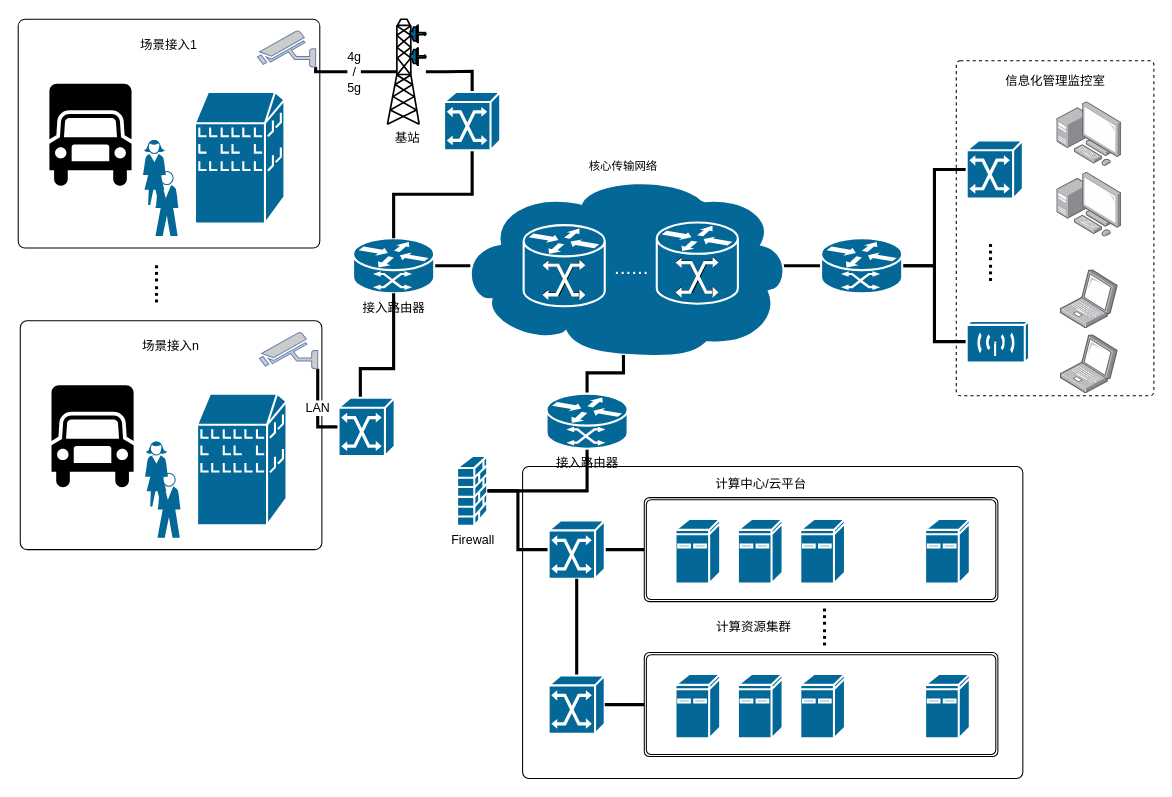
The draw.io diagram page "Page-1" (1 of 8) of 未命名绘图.drawio in luhaofang/luhaofang.github.io, before the edit. Source tidied: cells renumbered, new cells numbered last; positions are measured from the earlier drawing's top-left corner, leaving out a move shared by most shapes. Both pictures are drawn from the tidied source at 104%, with x=0, y=0 at pixel (18, 19).
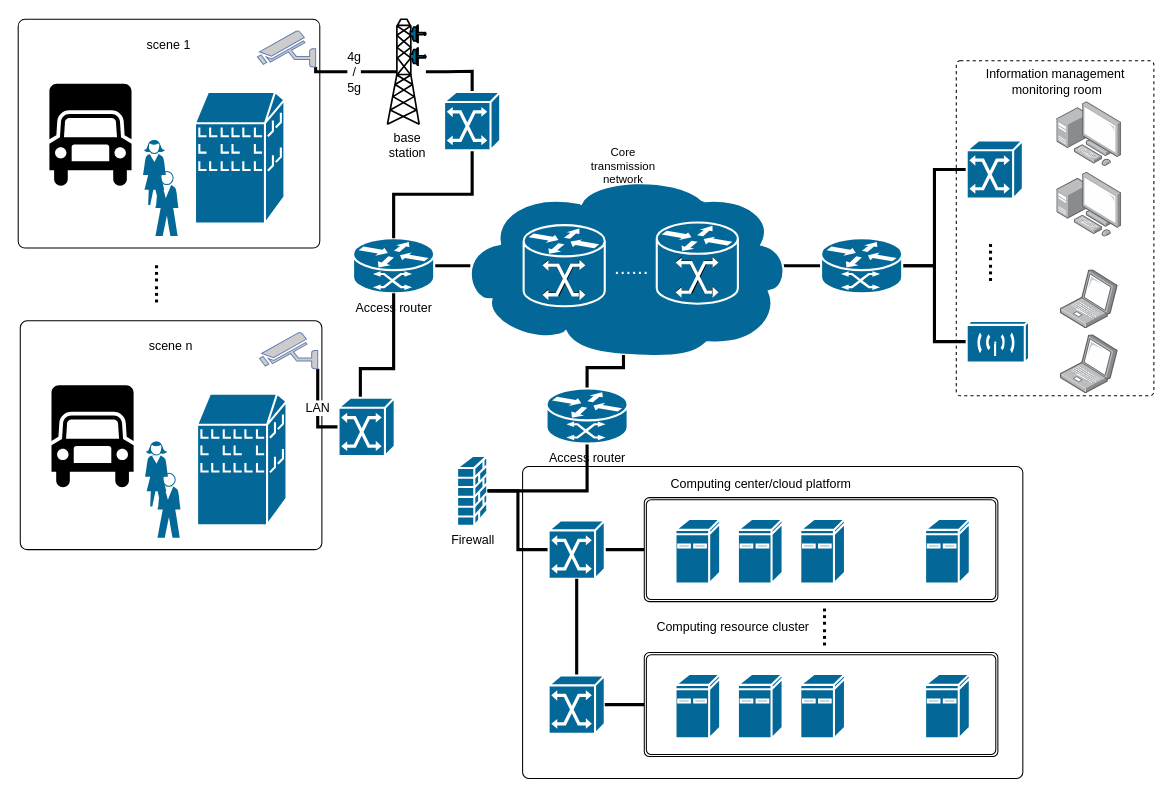
After the change.

Diff of the diagram source:
```diff
@@
-    <mxCell id="15" value="接入路由器" style="shape=mxgraph.cisco.routers.atm_router;sketch=0;html=1;dashed=0;fillColor=#036897;strokeColor=#ffffff;strokeWidth=2;verticalLabelPosition=bottom;verticalAlign=top;align=center;outlineConnect=0;" parent="1" vertex="1">
+    <mxCell id="15" value="Access router" style="shape=mxgraph.cisco.routers.atm_router;sketch=0;html=1;dashed=0;fillColor=#036897;strokeColor=#ffffff;strokeWidth=2;verticalLabelPosition=bottom;verticalAlign=top;align=center;outlineConnect=0;" parent="1" vertex="1">
       <mxGeometry x="322" y="210.5" width="78" height="53" as="geometry" />
     </mxCell>
@@
-    <mxCell id="19" value="场景接入n" style="text;html=1;strokeColor=none;fillColor=none;align=center;verticalAlign=middle;whiteSpace=wrap;rounded=0;" parent="1" vertex="1">
+    <mxCell id="19" value="scene n" style="text;html=1;strokeColor=none;fillColor=none;align=center;verticalAlign=middle;whiteSpace=wrap;rounded=0;" parent="1" vertex="1">
       <mxGeometry x="117" y="300" width="60" height="30" as="geometry" />
     </mxCell>
@@
-    <mxCell id="28" value="场景接入1" style="text;html=1;strokeColor=none;fillColor=none;align=center;verticalAlign=middle;whiteSpace=wrap;rounded=0;" parent="1" vertex="1">
+    <mxCell id="28" value="scene 1" style="text;html=1;strokeColor=none;fillColor=none;align=center;verticalAlign=middle;whiteSpace=wrap;rounded=0;" parent="1" vertex="1">
       <mxGeometry x="115" y="10" width="60" height="30" as="geometry" />
     </mxCell>
@@
-    <mxCell id="47" value="接入路由器" style="shape=mxgraph.cisco.routers.atm_router;sketch=0;html=1;dashed=0;fillColor=#036897;strokeColor=#ffffff;strokeWidth=2;verticalLabelPosition=bottom;verticalAlign=top;align=center;outlineConnect=0;" parent="1" vertex="1">
-      <mxGeometry x="508" y="360" width="78" height="53" as="geometry" />
+    <mxCell id="47" value="Access router" style="shape=mxgraph.cisco.routers.atm_router;sketch=0;html=1;dashed=0;fillColor=#036897;strokeColor=#ffffff;strokeWidth=2;verticalLabelPosition=bottom;verticalAlign=top;align=center;outlineConnect=0;" parent="1" vertex="1">
+      <mxGeometry x="508" y="355" width="78" height="53" as="geometry" />
     </mxCell>
@@
-    <mxCell id="49" value="基站" style="shape=mxgraph.cisco.wireless.radio_tower;sketch=0;html=1;dashed=0;fillColor=#036897;strokeColor=#000000;strokeWidth=2;verticalLabelPosition=bottom;verticalAlign=top;align=center;outlineConnect=0;fontSize=12;" parent="1" vertex="1">
+    <mxCell id="49" value="base&lt;br&gt;station" style="shape=mxgraph.cisco.wireless.radio_tower;sketch=0;html=1;dashed=0;fillColor=#036897;strokeColor=#000000;strokeWidth=2;verticalLabelPosition=bottom;verticalAlign=top;align=center;outlineConnect=0;fontSize=12;" parent="1" vertex="1">
       <mxGeometry x="355" width="37" height="101" as="geometry" />
     </mxCell>
@@
-    <mxCell id="64" value="计算中心/云平台" style="text;html=1;align=center;verticalAlign=middle;strokeColor=none;fillColor=none;fontSize=12;fontColor=#000000;" parent="1" vertex="1">
-      <mxGeometry x="658.5" y="432" width="110" height="30" as="geometry" />
+    <mxCell id="64" value="Computing center/cloud platform" style="text;html=1;align=center;verticalAlign=middle;strokeColor=none;fillColor=none;fontSize=12;fontColor=#000000;" parent="1" vertex="1">
+      <mxGeometry x="613.5" y="432" width="200" height="30" as="geometry" />
     </mxCell>
-    <mxCell id="65" value="核心传输网络" style="text;html=1;strokeColor=none;fillColor=none;align=center;verticalAlign=middle;whiteSpace=wrap;rounded=0;fontSize=11;fontColor=#000000;" parent="1" vertex="1">
+    <mxCell id="65" value="Core transmission network" style="text;html=1;strokeColor=none;fillColor=none;align=center;verticalAlign=middle;whiteSpace=wrap;rounded=0;fontSize=11;fontColor=#000000;" parent="1" vertex="1">
       <mxGeometry x="542" y="126" width="80" height="30" as="geometry" />
     </mxCell>
-    <mxCell id="66" value="计算资源集群" style="text;html=1;align=center;verticalAlign=middle;strokeColor=none;fillColor=none;fontSize=12;fontColor=#000000;" parent="1" vertex="1">
-      <mxGeometry x="657" y="570" width="100" height="30" as="geometry" />
+    <mxCell id="66" value="Computing resource cluster" style="text;html=1;align=center;verticalAlign=middle;strokeColor=none;fillColor=none;fontSize=12;fontColor=#000000;" parent="1" vertex="1">
+      <mxGeometry x="602" y="570" width="170" height="30" as="geometry" />
     </mxCell>
-    <mxCell id="67" value="信息化管理监控室" style="text;html=1;align=center;verticalAlign=middle;strokeColor=none;fillColor=none;fontSize=12;fontColor=#000000;" parent="1" vertex="1">
-      <mxGeometry x="937" y="45" width="120" height="30" as="geometry" />
+    <mxCell id="67" value="Information management&lt;br&gt;&amp;nbsp;monitoring room" style="text;html=1;align=center;verticalAlign=middle;strokeColor=none;fillColor=none;fontSize=12;fontColor=#000000;" parent="1" vertex="1">
+      <mxGeometry x="917" y="40" width="160" height="40" as="geometry" />
     </mxCell>
```
